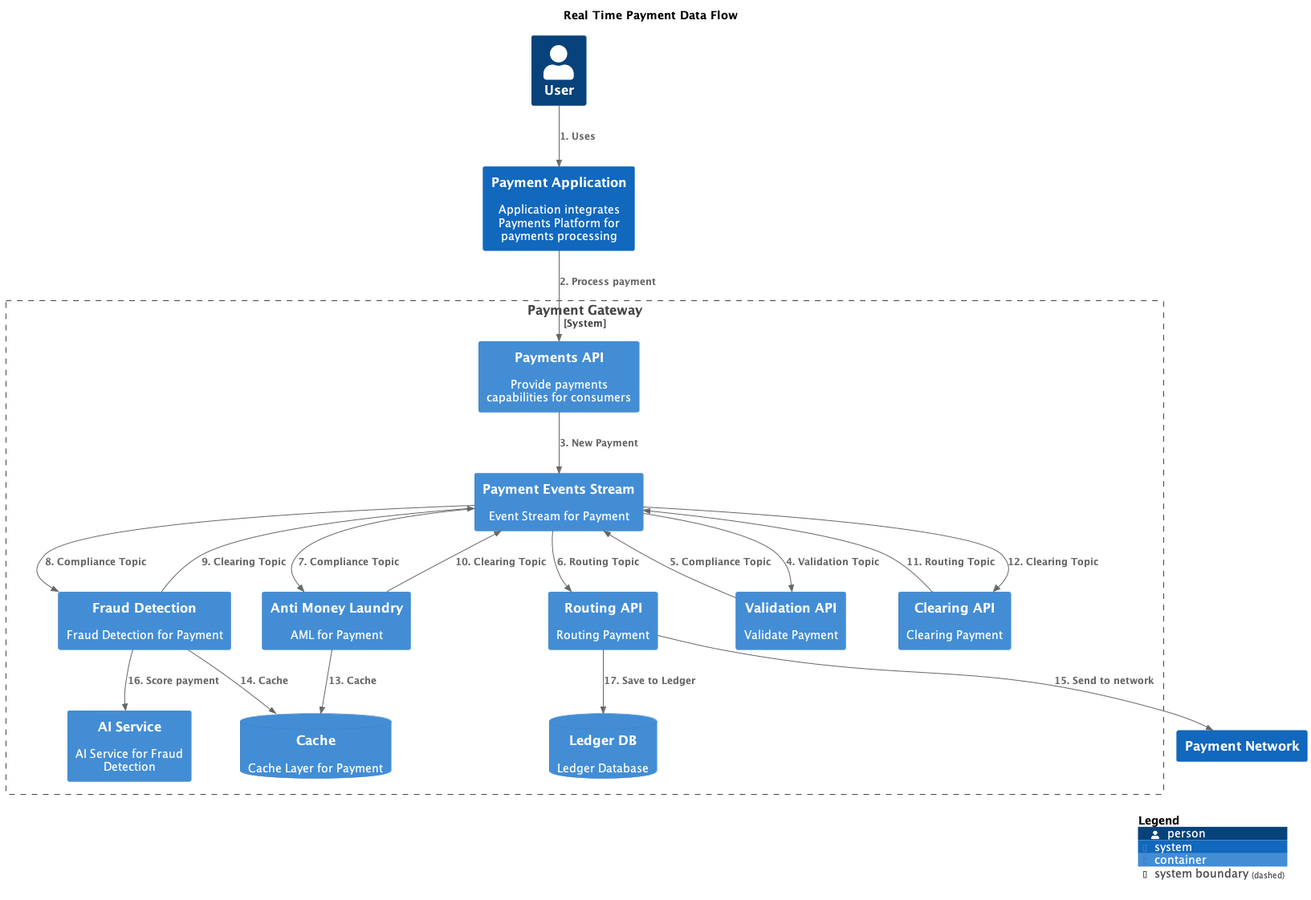
Above: master/png/RealTimePaymentDataFlow.png in mmelnyk-godaddy/architecture-repository (PlantUML), before the change.
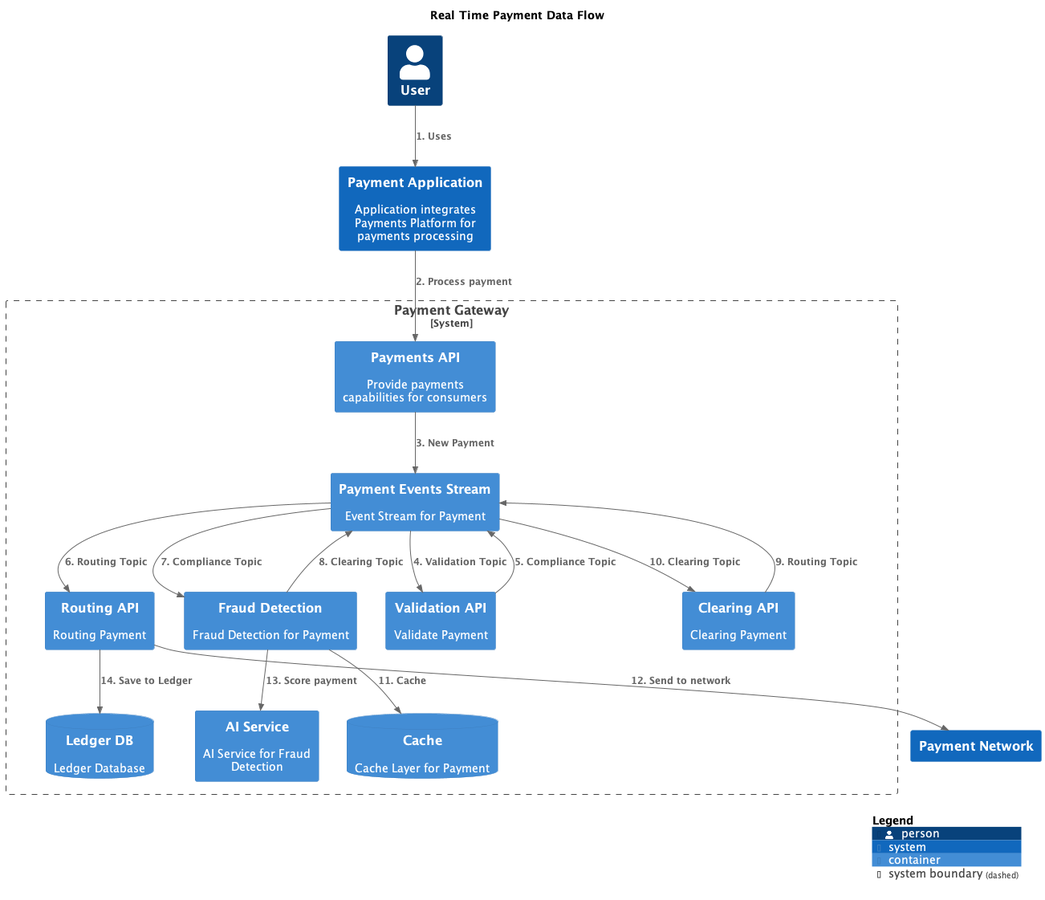
The same diagram one commit later.

The edit, as a diff of the source:
```diff
@@ -12,7 +12,6 @@
   Container(PaymentGateway.PaymentEventsStream, "Payment Events Stream", $techn="", $descr="Event Stream for Payment", $tags="", $link="")
   ContainerDb(PaymentGateway.Cache, "Cache", $techn="", $descr="Cache Layer for Payment", $tags="", $link="")
   Container(PaymentGateway.RoutingAPI, "Routing API", $techn="", $descr="Routing Payment", $tags="", $link="")
-  Container(PaymentGateway.AntiMoneyLaundry, "Anti Money Laundry", $techn="", $descr="AML for Payment", $tags="", $link="")
   Container(PaymentGateway.FraudDetection, "Fraud Detection", $techn="", $descr="Fraud Detection for Payment", $tags="", $link="")
   Container(PaymentGateway.AIService, "AI Service", $techn="", $descr="AI Service for Fraud Detection", $tags="", $link="")
   ContainerDb(PaymentGateway.LedgerDB, "Ledger DB", $techn="", $descr="Ledger Database", $tags="", $link="")
@@ -31,17 +30,14 @@
 Rel(PaymentGateway.PaymentEventsStream, PaymentGateway.ValidationAPI, "4. Validation Topic", $techn="", $tags="", $link="")
 Rel(PaymentGateway.ValidationAPI, PaymentGateway.PaymentEventsStream, "5. Compliance Topic", $techn="", $tags="", $link="")
 Rel(PaymentGateway.PaymentEventsStream, PaymentGateway.RoutingAPI, "6. Routing Topic", $techn="", $tags="", $link="")
-Rel(PaymentGateway.PaymentEventsStream, PaymentGateway.AntiMoneyLaundry, "7. Compliance Topic", $techn="", $tags="", $link="")
-Rel(PaymentGateway.PaymentEventsStream, PaymentGateway.FraudDetection, "8. Compliance Topic", $techn="", $tags="", $link="")
-Rel(PaymentGateway.FraudDetection, PaymentGateway.PaymentEventsStream, "9. Clearing Topic", $techn="", $tags="", $link="")
-Rel(PaymentGateway.AntiMoneyLaundry, PaymentGateway.PaymentEventsStream, "10. Clearing Topic", $techn="", $tags="", $link="")
-Rel(PaymentGateway.ClearingAPI, PaymentGateway.PaymentEventsStream, "11. Routing Topic", $techn="", $tags="", $link="")
-Rel(PaymentGateway.PaymentEventsStream, PaymentGateway.ClearingAPI, "12. Clearing Topic", $techn="", $tags="", $link="")
-Rel(PaymentGateway.AntiMoneyLaundry, PaymentGateway.Cache, "13. Cache", $techn="", $tags="", $link="")
-Rel(PaymentGateway.FraudDetection, PaymentGateway.Cache, "14. Cache", $techn="", $tags="", $link="")
-Rel(PaymentGateway.RoutingAPI, PaymentNetwork, "15. Send to network", $techn="", $tags="", $link="")
-Rel(PaymentGateway.FraudDetection, PaymentGateway.AIService, "16. Score payment", $techn="", $tags="", $link="")
-Rel(PaymentGateway.RoutingAPI, PaymentGateway.LedgerDB, "17. Save to Ledger", $techn="", $tags="", $link="")
+Rel(PaymentGateway.PaymentEventsStream, PaymentGateway.FraudDetection, "7. Compliance Topic", $techn="", $tags="", $link="")
+Rel(PaymentGateway.FraudDetection, PaymentGateway.PaymentEventsStream, "8. Clearing Topic", $techn="", $tags="", $link="")
+Rel(PaymentGateway.ClearingAPI, PaymentGateway.PaymentEventsStream, "9. Routing Topic", $techn="", $tags="", $link="")
+Rel(PaymentGateway.PaymentEventsStream, PaymentGateway.ClearingAPI, "10. Clearing Topic", $techn="", $tags="", $link="")
+Rel(PaymentGateway.FraudDetection, PaymentGateway.Cache, "11. Cache", $techn="", $tags="", $link="")
+Rel(PaymentGateway.RoutingAPI, PaymentNetwork, "12. Send to network", $techn="", $tags="", $link="")
+Rel(PaymentGateway.FraudDetection, PaymentGateway.AIService, "13. Score payment", $techn="", $tags="", $link="")
+Rel(PaymentGateway.RoutingAPI, PaymentGateway.LedgerDB, "14. Save to Ledger", $techn="", $tags="", $link="")
 
 SHOW_LEGEND(true)
 @enduml
```
